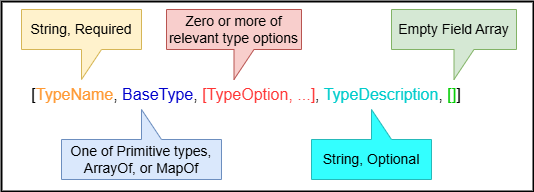
Before: images/JADN-primitive-json.drawio.png, a diagram exported from draw.io (oasis-tcs/openc2-jadn-im). Source tidied: cells renumbered, new cells last; positions are measured from the earlier drawing's top-left corner, leaving out a move shared by most shapes.
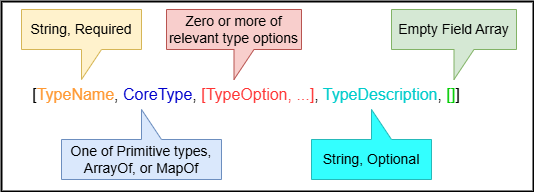
After the change.

Commit message:
update JADN type definition figures

The edit, as a diff of the source:
```diff
@@ -5,7 +5,7 @@
     <mxCell id="2" style="rounded=0;whiteSpace=wrap;html=1;fontSize=16;fontColor=#00CC00;fillColor=none;strokeWidth=2;" parent="1" vertex="1">
       <mxGeometry width="532" height="190" as="geometry" />
     </mxCell>
-    <mxCell id="3" value="[&lt;font color=&quot;#ff9933&quot; style=&quot;font-size: 16px;&quot;&gt;TypeName&lt;/font&gt;, &lt;font color=&quot;#0000cc&quot; style=&quot;font-size: 16px;&quot;&gt;BaseType&lt;/font&gt;, &lt;font color=&quot;#ff3333&quot; style=&quot;font-size: 16px;&quot;&gt;[TypeOption, ...]&lt;/font&gt;, &lt;font color=&quot;#00cccc&quot; style=&quot;font-size: 16px;&quot;&gt;TypeDescription&lt;/font&gt;, &lt;font color=&quot;#00cc00&quot; style=&quot;font-size: 16px;&quot;&gt;[]&lt;/font&gt;]" style="text;html=1;strokeColor=none;fillColor=none;align=center;verticalAlign=middle;whiteSpace=wrap;rounded=0;fontSize=16;" parent="1" vertex="1">
+    <mxCell id="3" value="[&lt;font color=&quot;#ff9933&quot; style=&quot;font-size: 16px;&quot;&gt;TypeName&lt;/font&gt;, &lt;font color=&quot;#0000cc&quot; style=&quot;font-size: 16px;&quot;&gt;CoreType&lt;/font&gt;, &lt;font color=&quot;#ff3333&quot; style=&quot;font-size: 16px;&quot;&gt;[TypeOption, ...]&lt;/font&gt;, &lt;font color=&quot;#00cccc&quot; style=&quot;font-size: 16px;&quot;&gt;TypeDescription&lt;/font&gt;, &lt;font color=&quot;#00cc00&quot; style=&quot;font-size: 16px;&quot;&gt;[]&lt;/font&gt;]" style="text;html=1;strokeColor=none;fillColor=none;align=center;verticalAlign=middle;whiteSpace=wrap;rounded=0;fontSize=16;" parent="1" vertex="1">
       <mxGeometry x="10" y="78" width="470" height="30" as="geometry" />
     </mxCell>
     <mxCell id="4" value="String, Required" style="shape=callout;whiteSpace=wrap;html=1;perimeter=calloutPerimeter;fontSize=14;fillColor=#fff2cc;strokeColor=#d6b656;" parent="1" vertex="1">
```
